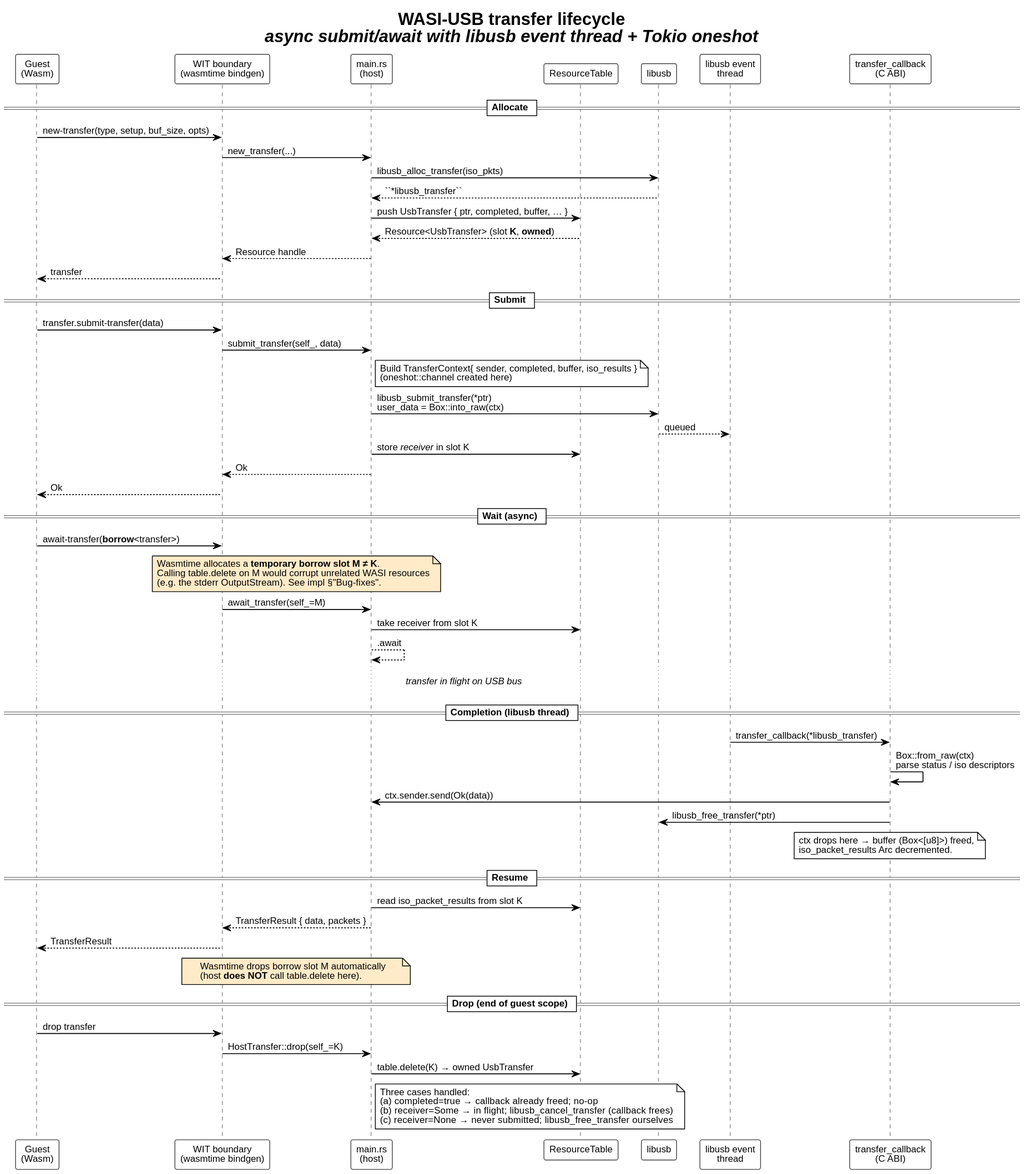
Before: diagrams/transfer_lifecycle.svg, a diagram exported from PlantUML (idlab-discover/masters-sibren-wieme). Source of this version:
```plantuml
@startuml
!theme plain
skinparam shadowing false
skinparam defaultFontName "Helvetica"
skinparam defaultFontSize 12
skinparam SequenceArrowThickness 1.2
skinparam ParticipantBorderColor #444
skinparam SequenceLifeLineBorderColor #888

title WASI-USB transfer lifecycle\n//async submit/await with libusb event thread + Tokio oneshot//

participant "Guest\n(Wasm)"     as G
participant "WIT boundary\n(wasmtime bindgen)" as WIT
participant "main.rs\n(host)"   as H
participant "ResourceTable"     as RT
participant "libusb"            as LU
participant "libusb event\nthread"   as ET
participant "transfer_callback\n(C ABI)" as CB

== Allocate ==
G  ->  WIT : new-transfer(type, setup, buf_size, opts)
WIT -> H   : new_transfer(...)
H  ->  LU  : libusb_alloc_transfer(iso_pkts)
LU -->  H  : ``*libusb_transfer``
H  ->  RT  : push UsbTransfer { ptr, completed, buffer, … }
RT -->  H  : Resource<UsbTransfer> (slot **K**, **owned**)
H  -->  WIT: Resource handle
WIT -->  G : transfer

== Submit ==
G  ->  WIT : transfer.submit-transfer(data)
WIT -> H   : submit_transfer(self_, data)
note right of H
  Build TransferContext{ sender, completed, buffer, iso_results }
  (oneshot::channel created here)
end note
H  ->  LU  : libusb_submit_transfer(*ptr)\nuser_data = Box::into_raw(ctx)
LU --> ET  : queued
H  ->  RT  : store //receiver// in slot K
H  -->  WIT: Ok
WIT -->  G : Ok

== Wait (async) ==
G  ->  WIT : await-transfer(**borrow**<transfer>)
note over WIT, H #FFEBC8
  Wasmtime allocates a **temporary borrow slot M ≠ K**.
  Calling table.delete on M would corrupt unrelated WASI resources
  (e.g. the stderr OutputStream).  See impl §"Bug-fixes".
end note
WIT -> H   : await_transfer(self_=M)
H  ->  RT  : take receiver from slot K
H  --> H   : .await
... //transfer in flight on USB bus// ...

== Completion (libusb thread) ==
ET -> CB   : transfer_callback(*libusb_transfer)
CB -> CB   : Box::from_raw(ctx)\nparse status / iso descriptors
CB -> H    : ctx.sender.send(Ok(data))
CB -> LU   : libusb_free_transfer(*ptr)
note over CB
  ctx drops here → buffer (Box<[u8]>) freed,
  iso_packet_results Arc decremented.
end note

== Resume ==
H  ->  RT  : read iso_packet_results from slot K
H  -->  WIT: TransferResult { data, packets }
WIT -->  G : TransferResult
note over WIT, H #FFEBC8
  Wasmtime drops borrow slot M automatically
  (host **does NOT** call table.delete here).
end note

== Drop (end of guest scope) ==
G  ->  WIT : drop transfer
WIT -> H   : HostTransfer::drop(self_=K)
H  ->  RT  : table.delete(K) → owned UsbTransfer
note right of H
  Three cases handled:
  (a) completed=true   → callback already freed; no-op
  (b) receiver=Some    → in flight; libusb_cancel_transfer (callback frees)
  (c) receiver=None    → never submitted; libusb_free_transfer ourselves
end note
@enduml
```
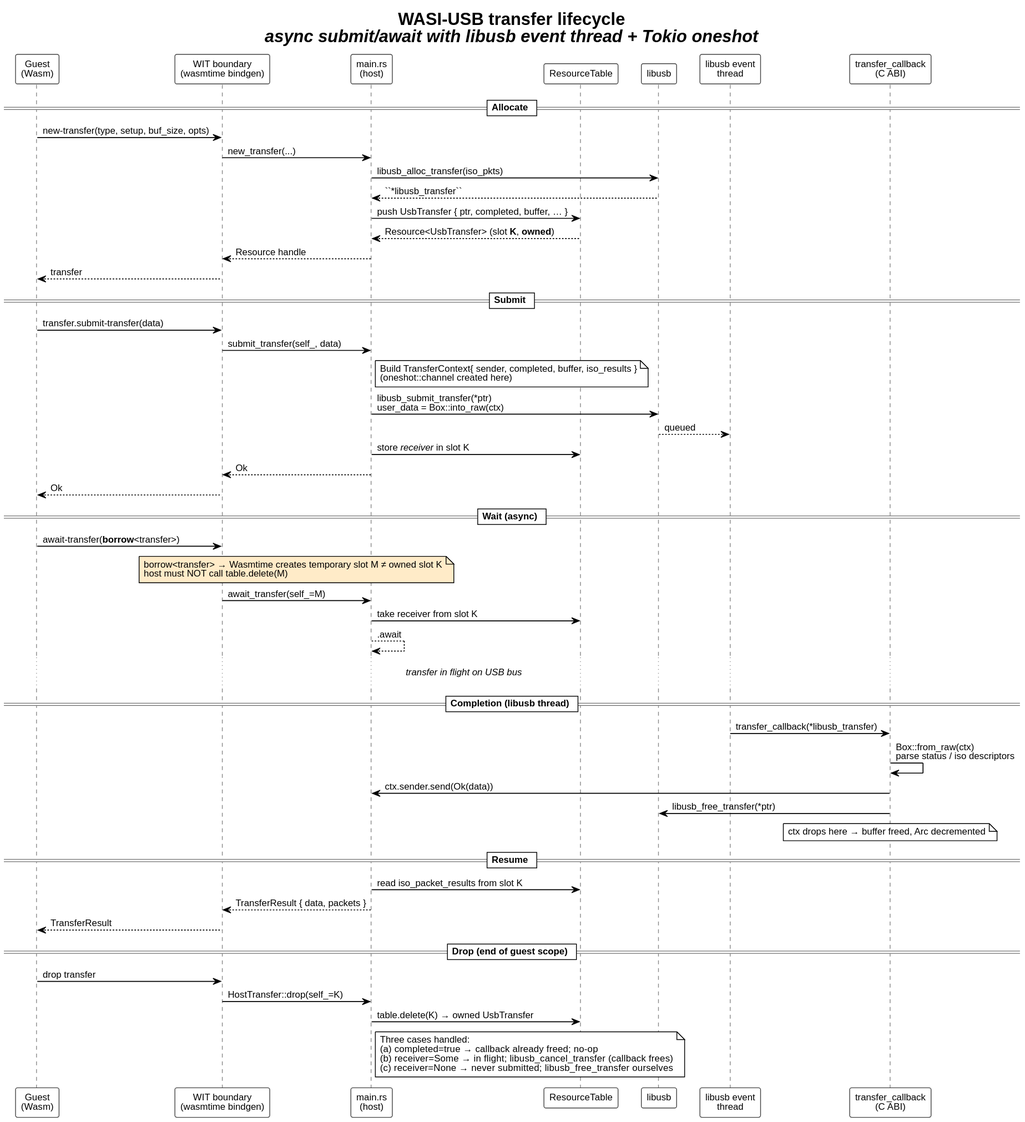
Later version of the same file.

Diff of the diagram source:
```diff
@@ -43,9 +43,8 @@
 == Wait (async) ==
 G  ->  WIT : await-transfer(**borrow**<transfer>)
 note over WIT, H #FFEBC8
-  Wasmtime allocates a **temporary borrow slot M ≠ K**.
-  Calling table.delete on M would corrupt unrelated WASI resources
-  (e.g. the stderr OutputStream).  See impl §"Bug-fixes".
+  borrow<transfer> → Wasmtime creates temporary slot M ≠ owned slot K
+  host must NOT call table.delete(M)
 end note
 WIT -> H   : await_transfer(self_=M)
 H  ->  RT  : take receiver from slot K
@@ -58,18 +57,13 @@
 CB -> H    : ctx.sender.send(Ok(data))
 CB -> LU   : libusb_free_transfer(*ptr)
 note over CB
-  ctx drops here → buffer (Box<[u8]>) freed,
-  iso_packet_results Arc decremented.
+  ctx drops here → buffer freed, Arc decremented
 end note
 
 == Resume ==
 H  ->  RT  : read iso_packet_results from slot K
 H  -->  WIT: TransferResult { data, packets }
 WIT -->  G : TransferResult
-note over WIT, H #FFEBC8
-  Wasmtime drops borrow slot M automatically
-  (host **does NOT** call table.delete here).
-end note
 
 == Drop (end of guest scope) ==
 G  ->  WIT : drop transfer
```
